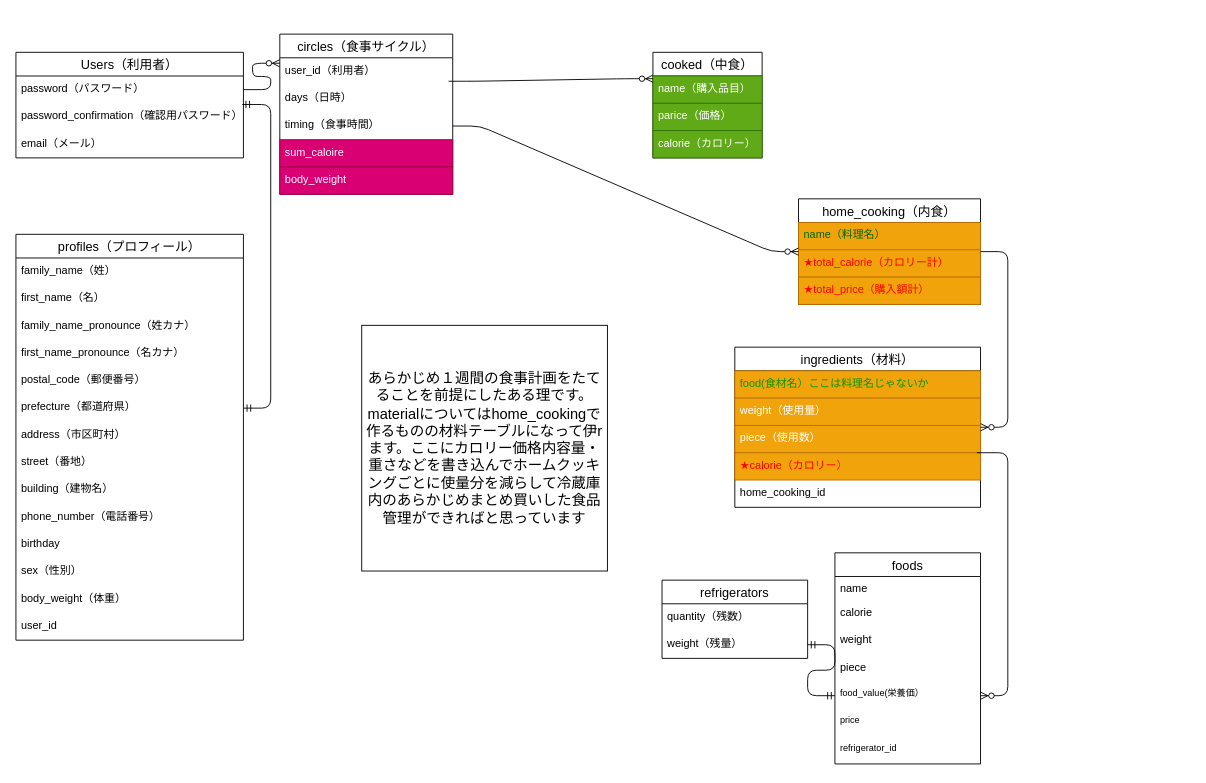
The draw.io diagram sample.dio in takuo-maeda/calculate_calorie_app, before the edit. Source tidied: cells renumbered, new cells numbered last; positions are measured from the earlier drawing's top-left corner, leaving out a move shared by most shapes. Both pictures are drawn from the tidied source at 91%, with x=0, y=0 at pixel (15, 34).
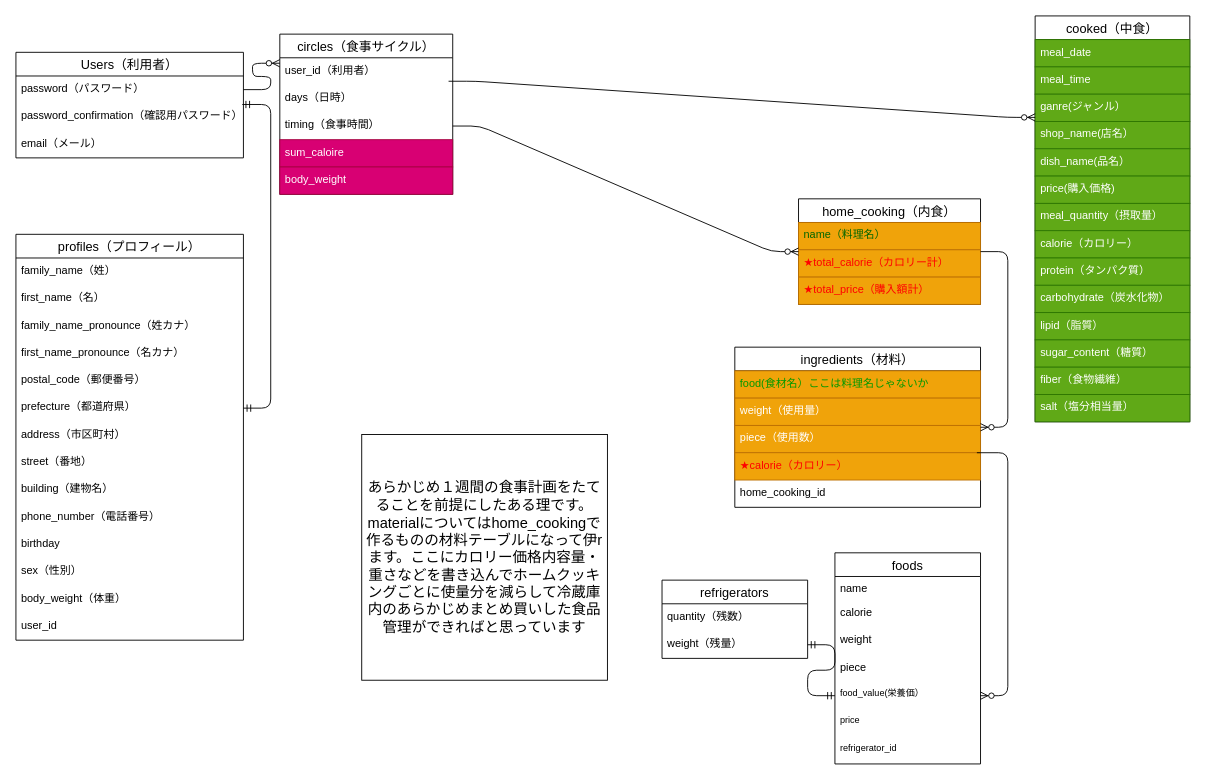
Above is the later version.

The edit, as a diff of the source:
```diff
@@
     <mxCell id="12" value="cooked（中食）" style="swimlane;fontStyle=0;horizontal=1;startSize=26;align=center;fontSize=14;" parent="1" vertex="1">
-      <mxGeometry x="700" y="20" width="120" height="116" as="geometry" />
+      <mxGeometry x="1120" y="-20" width="170" height="446" as="geometry" />
     </mxCell>
-    <mxCell id="13" value="name（購入品目）" style="text;strokeColor=#2D7600;fillColor=#60a917;spacingLeft=4;spacingRight=4;overflow=hidden;fontSize=12;fontColor=#ffffff;" parent="12" vertex="1">
-      <mxGeometry y="26" width="120" height="30" as="geometry" />
+    <mxCell id="13" value="meal_date" style="text;strokeColor=#2D7600;fillColor=#60a917;spacingLeft=4;spacingRight=4;overflow=hidden;fontSize=12;fontColor=#ffffff;" parent="12" vertex="1">
+      <mxGeometry y="26" width="170" height="30" as="geometry" />
     </mxCell>
+    <mxCell id="60" value="meal_time" style="text;strokeColor=#2D7600;fillColor=#60a917;spacingLeft=4;spacingRight=4;overflow=hidden;fontSize=12;fontColor=#ffffff;" parent="12" vertex="1">
+      <mxGeometry y="56" width="170" height="30" as="geometry" />
+    </mxCell>
+    <mxCell id="61" value="ganre(ジャンル）" style="text;strokeColor=#2D7600;fillColor=#60a917;spacingLeft=4;spacingRight=4;overflow=hidden;fontSize=12;fontColor=#ffffff;" parent="12" vertex="1">
+      <mxGeometry y="86" width="170" height="30" as="geometry" />
+    </mxCell>
-    <mxCell id="14" value="parice（価格）" style="text;strokeColor=#2D7600;fillColor=#60a917;spacingLeft=4;spacingRight=4;overflow=hidden;fontSize=12;fontColor=#ffffff;" parent="12" vertex="1">
-      <mxGeometry y="56" width="120" height="30" as="geometry" />
+    <mxCell id="14" value="shop_name(店名）" style="text;strokeColor=#2D7600;fillColor=#60a917;spacingLeft=4;spacingRight=4;overflow=hidden;fontSize=12;fontColor=#ffffff;" parent="12" vertex="1">
+      <mxGeometry y="116" width="170" height="30" as="geometry" />
     </mxCell>
+    <mxCell id="62" value="dish_name(品名）" style="text;strokeColor=#2D7600;fillColor=#60a917;spacingLeft=4;spacingRight=4;overflow=hidden;fontSize=12;fontColor=#ffffff;" parent="12" vertex="1">
+      <mxGeometry y="146" width="170" height="30" as="geometry" />
+    </mxCell>
+    <mxCell id="63" value="price(購入価格)" style="text;strokeColor=#2D7600;fillColor=#60a917;spacingLeft=4;spacingRight=4;overflow=hidden;fontSize=12;fontColor=#ffffff;" parent="12" vertex="1">
+      <mxGeometry y="176" width="170" height="30" as="geometry" />
+    </mxCell>
+    <mxCell id="64" value="meal_quantity（摂取量）" style="text;strokeColor=#2D7600;fillColor=#60a917;spacingLeft=4;spacingRight=4;overflow=hidden;fontSize=12;fontColor=#ffffff;" parent="12" vertex="1">
+      <mxGeometry y="206" width="170" height="30" as="geometry" />
+    </mxCell>
+    <mxCell id="65" value="calorie（カロリー）" style="text;strokeColor=#2D7600;fillColor=#60a917;spacingLeft=4;spacingRight=4;overflow=hidden;fontSize=12;fontColor=#ffffff;" parent="12" vertex="1">
+      <mxGeometry y="236" width="170" height="30" as="geometry" />
+    </mxCell>
-    <mxCell id="15" value="calorie（カロリー）" style="text;strokeColor=#2D7600;fillColor=#60a917;spacingLeft=4;spacingRight=4;overflow=hidden;fontSize=12;fontColor=#ffffff;" parent="12" vertex="1">
-      <mxGeometry y="86" width="120" height="30" as="geometry" />
+    <mxCell id="15" value="protein（タンパク質）" style="text;strokeColor=#2D7600;fillColor=#60a917;spacingLeft=4;spacingRight=4;overflow=hidden;fontSize=12;fontColor=#ffffff;" parent="12" vertex="1">
+      <mxGeometry y="266" width="170" height="30" as="geometry" />
     </mxCell>
+    <mxCell id="66" value="carbohydrate（炭水化物）" style="text;strokeColor=#2D7600;fillColor=#60a917;spacingLeft=4;spacingRight=4;overflow=hidden;fontSize=12;fontColor=#ffffff;" parent="12" vertex="1">
+      <mxGeometry y="296" width="170" height="30" as="geometry" />
+    </mxCell>
+    <mxCell id="67" value="lipid（脂質）" style="text;strokeColor=#2D7600;fillColor=#60a917;spacingLeft=4;spacingRight=4;overflow=hidden;fontSize=12;fontColor=#ffffff;" parent="12" vertex="1">
+      <mxGeometry y="326" width="170" height="30" as="geometry" />
+    </mxCell>
+    <mxCell id="68" value="sugar_content（糖質）" style="text;strokeColor=#2D7600;fillColor=#60a917;spacingLeft=4;spacingRight=4;overflow=hidden;fontSize=12;fontColor=#ffffff;" parent="12" vertex="1">
+      <mxGeometry y="356" width="170" height="30" as="geometry" />
+    </mxCell>
+    <mxCell id="69" value="fiber（食物繊維）" style="text;strokeColor=#2D7600;fillColor=#60a917;spacingLeft=4;spacingRight=4;overflow=hidden;fontSize=12;fontColor=#ffffff;" parent="12" vertex="1">
+      <mxGeometry y="386" width="170" height="30" as="geometry" />
+    </mxCell>
+    <mxCell id="70" value="salt（塩分相当量）" style="text;strokeColor=#2D7600;fillColor=#60a917;spacingLeft=4;spacingRight=4;overflow=hidden;fontSize=12;fontColor=#ffffff;" parent="12" vertex="1">
+      <mxGeometry y="416" width="170" height="30" as="geometry" />
+    </mxCell>
@@
     <mxCell id="44" value="あらかじめ１週間の食事計画をたてることを前提にしたある理です。materialについてはhome_cookingで作るものの材料テーブルになって伊rます。ここにカロリー価格内容量・重さなどを書き込んでホームクッキングごとに使量分を減らして冷蔵庫内のあらかじめまとめ買いした食品管理ができればと思っています" style="whiteSpace=wrap;html=1;align=center;fontSize=16;" parent="1" vertex="1">
-      <mxGeometry x="380" y="320" width="270" height="270" as="geometry" />
+      <mxGeometry x="380" y="440" width="270" height="270" as="geometry" />
     </mxCell>
```
